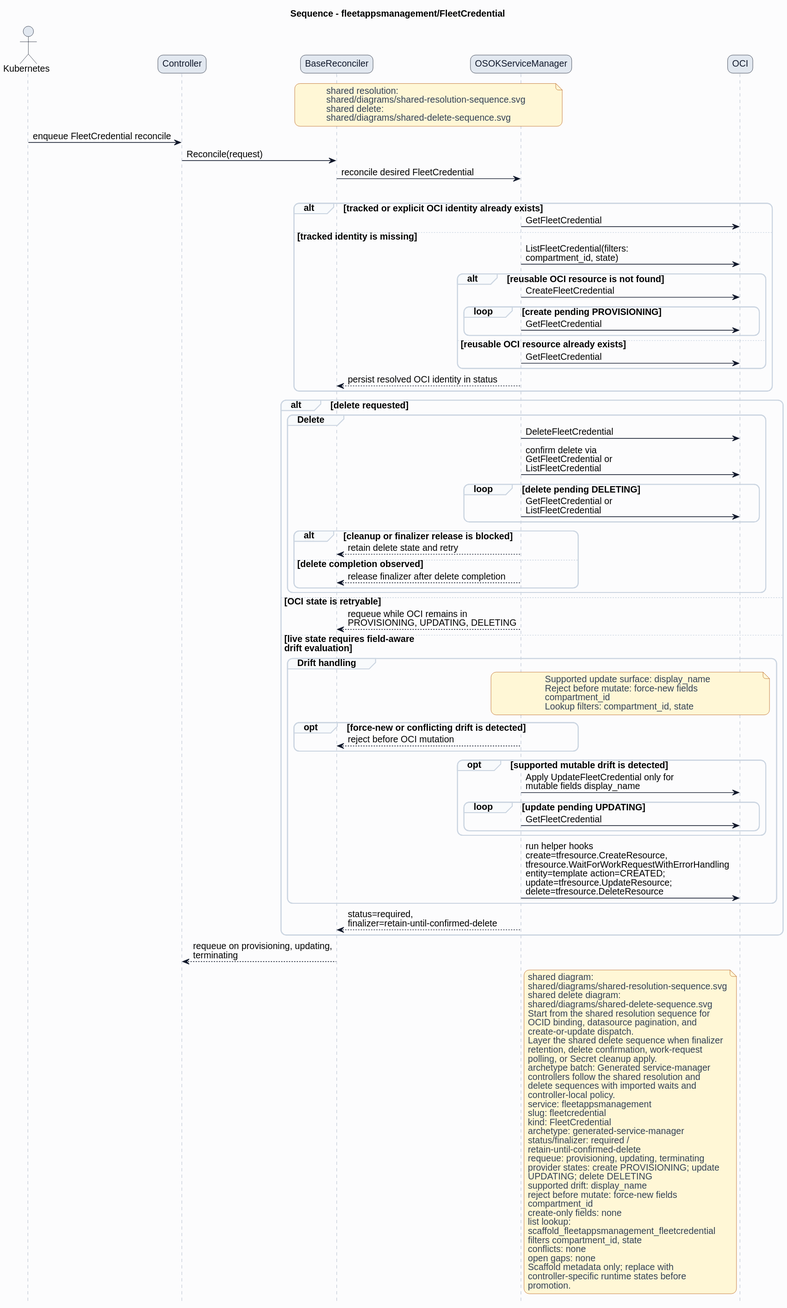
Earlier version of the PlantUML export formal/controllers/fleetappsmanagement/fleetcredential/diagrams/sequence.svg (HaoyL666/oci-service-operator).
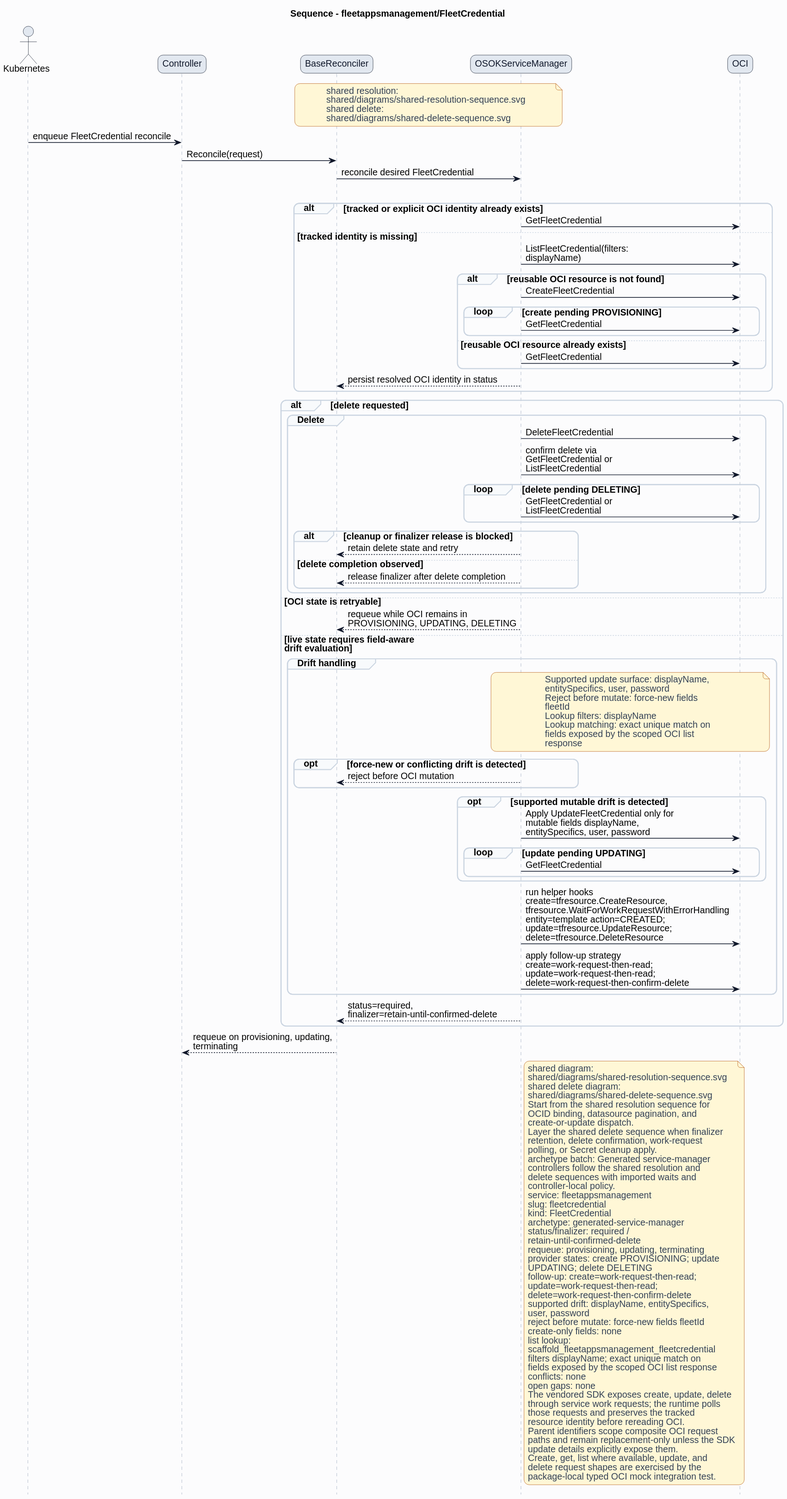
Later version of the same file.

Diff of the diagram source:
```diff
@@ -38,7 +38,7 @@
 alt tracked or explicit OCI identity already exists
 ServiceManager -> OCI: GetFleetCredential
 else tracked identity is missing
-ServiceManager -> OCI: ListFleetCredential(filters:\ncompartment_id, state)
+ServiceManager -> OCI: ListFleetCredential(filters:\ndisplayName)
 alt reusable OCI resource is not found
 ServiceManager -> OCI: CreateFleetCredential
 loop create pending PROVISIONING
@@ -67,21 +67,26 @@
 else live state requires field-aware\ndrift evaluation
 group Drift handling
 note over ServiceManager,OCI
-Supported update surface: display_name
+Supported update surface: displayName,
+entitySpecifics, user, password
 Reject before mutate: force-new fields
-compartment_id
-Lookup filters: compartment_id, state
+fleetId
+Lookup filters: displayName
+Lookup matching: exact unique match on
+fields exposed by the scoped OCI list
+response
 end note
 opt force-new or conflicting drift is detected
 ServiceManager --> BaseReconciler: reject before OCI mutation
 end
 opt supported mutable drift is detected
-ServiceManager -> OCI: Apply UpdateFleetCredential only for\nmutable fields display_name
+ServiceManager -> OCI: Apply UpdateFleetCredential only for\nmutable fields displayName,\nentitySpecifics, user, password
 loop update pending UPDATING
 ServiceManager -> OCI: GetFleetCredential
 end
 end
 ServiceManager -> OCI: run helper hooks\ncreate=tfresource.CreateResource,\ntfresource.WaitForWorkRequestWithErrorHandling\nentity=template action=CREATED;\nupdate=tfresource.UpdateResource;\ndelete=tfresource.DeleteResource
+ServiceManager -> OCI: apply follow-up strategy\ncreate=work-request-then-read;\nupdate=work-request-then-read;\ndelete=work-request-then-confirm-delete
 end
 ServiceManager --> BaseReconciler: status=required,\nfinalizer=retain-until-confirmed-delete
 end
@@ -110,17 +115,28 @@
 requeue: provisioning, updating, terminating
 provider states: create PROVISIONING; update
 UPDATING; delete DELETING
-supported drift: display_name
-reject before mutate: force-new fields
-compartment_id
+follow-up: create=work-request-then-read;
+update=work-request-then-read;
+delete=work-request-then-confirm-delete
+supported drift: displayName, entitySpecifics,
+user, password
+reject before mutate: force-new fields fleetId
 create-only fields: none
 list lookup:
 scaffold_fleetappsmanagement_fleetcredential
-filters compartment_id, state
+filters displayName; exact unique match on
+fields exposed by the scoped OCI list response
 conflicts: none
 open gaps: none
-Scaffold metadata only; replace with
-controller-specific runtime states before
-promotion.
+The vendored SDK exposes create, update, delete
+through service work requests; the runtime polls
+those requests and preserves the tracked
+resource identity before rereading OCI.
+Parent identifiers scope composite OCI request
+paths and remain replacement-only unless the SDK
+update details explicitly expose them.
+Create, get, list where available, update, and
+delete request shapes are exercised by the
+package-local typed OCI mock integration test.
 end note
 @enduml
```
